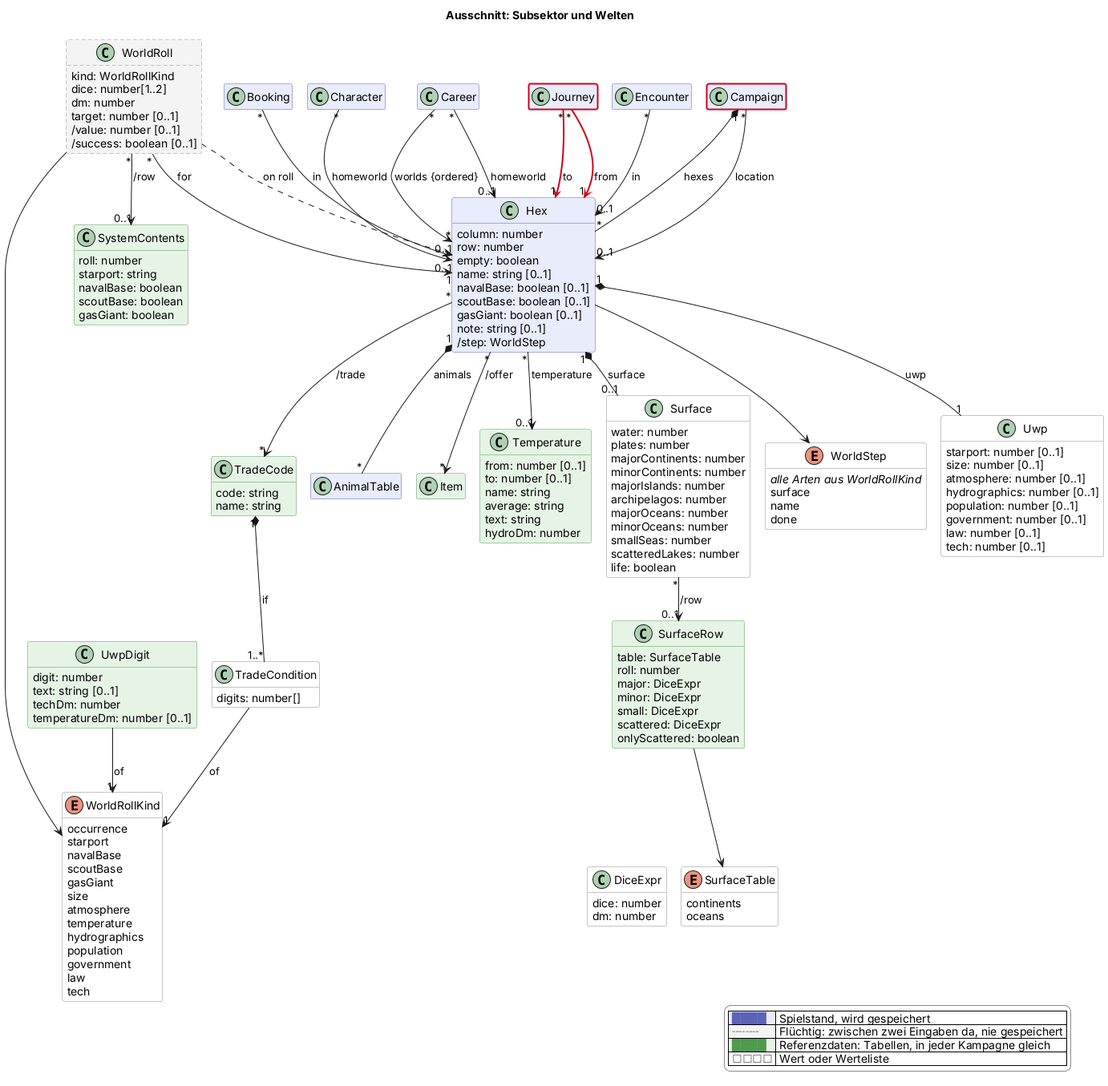
This is docs/views/sektor.png from scuzzar/SRE, a PlantUML export, as it was before one commit.
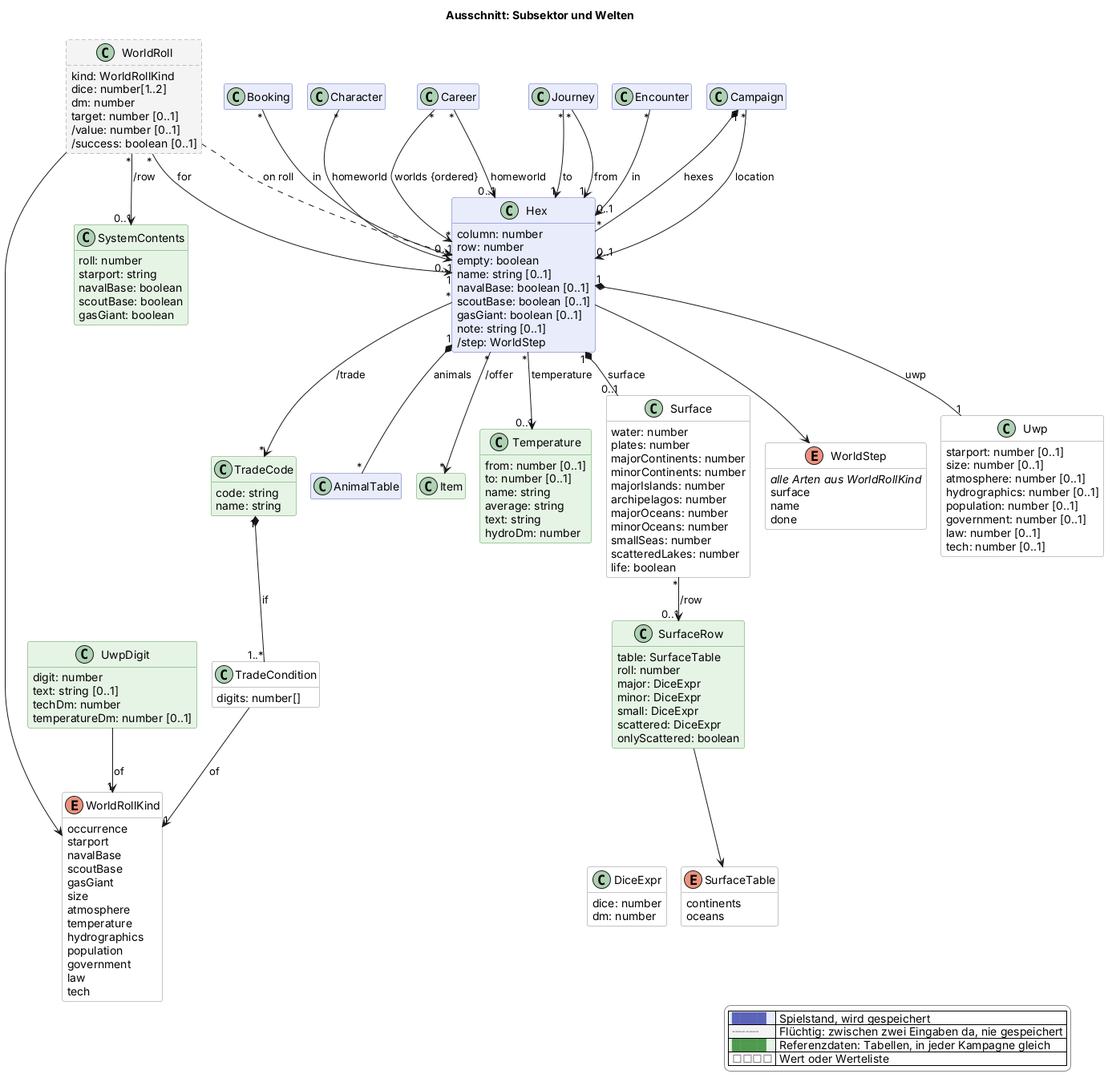
After the commit.

Change to the diagram source:
```diff
@@ -103,7 +103,7 @@
   }
 
 
-  class Journey $reise $newClass("2026-11-13d")
+  class Journey $reise
 
   class Encounter $begegnung
   class AnimalTable $begegnung
@@ -192,8 +192,8 @@
 Campaign "*" --> "0..1" Hex : location
 Booking "*" --> "0..1" Hex : in
 
-Journey "*" -$newArrow("2026-11-13d")-> "1" Hex : from
-Journey "*" -$newArrow("2026-11-13d")-> "1" Hex : to
+Journey "*" --> "1" Hex : from
+Journey "*" --> "1" Hex : to
 
 Career "*" --> "0..1" Hex : homeworld
 Career "*" --> "*" Hex : worlds {ordered}
@@ -234,5 +234,4 @@
   |<#e6f4e6> <color:#4f9a4f>████</color> | Referenzdaten: Tabellen, in jeder Kampagne gleich |
   |<#ffffff> <color:#8a8a8a>□□□□</color> | Wert oder Werteliste |
 endlegend
-class Campaign #line:d0021b;line.bold
 @enduml
```
